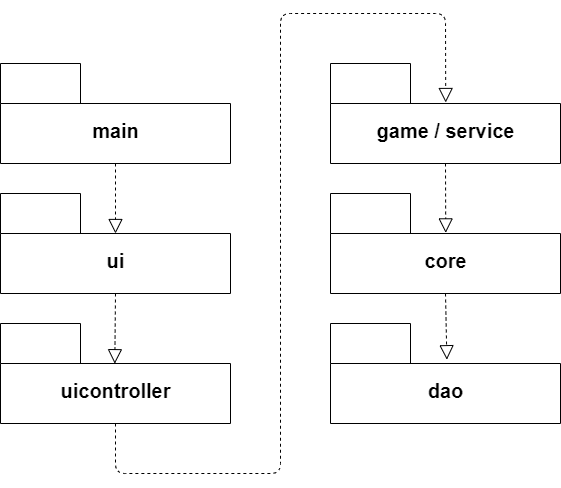
The draw.io diagram Images/pakkauskaavio.png in tsa-dom/ot-harjoitustyo, before a commit. Source tidied: cells renumbered, new cells last; positions are measured from the earlier drawing's top-left corner, leaving out a move shared by most shapes.
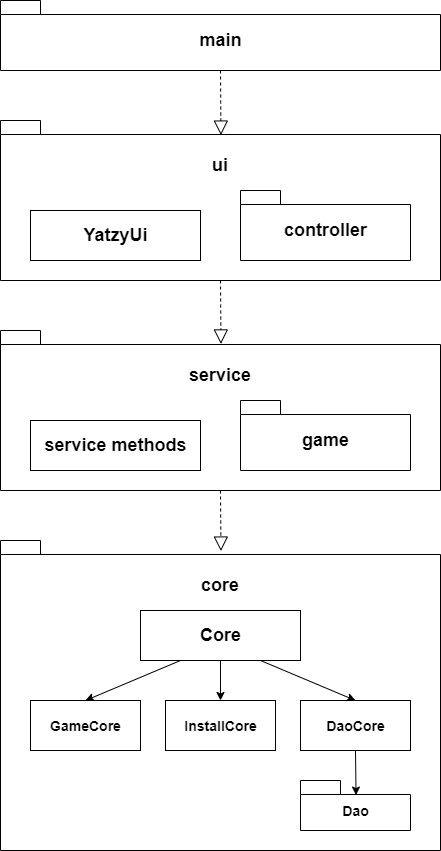
The same diagram one commit later.

Diff of the diagram source:
```diff
@@ -2,45 +2,74 @@
   <root>
     <mxCell id="0" />
     <mxCell id="1" parent="0" />
-    <mxCell id="2" value="&lt;font style=&quot;font-size: 20px&quot;&gt;&lt;br&gt;main&lt;/font&gt;" style="shape=folder;fontStyle=1;spacingTop=10;tabWidth=80;tabHeight=40;tabPosition=left;html=1;align=center;" parent="1" vertex="1">
-      <mxGeometry y="50" width="230" height="100" as="geometry" />
+    <mxCell id="2" value="&lt;font style=&quot;font-size: 18px&quot;&gt;main&lt;/font&gt;" style="shape=folder;fontStyle=1;spacingTop=10;tabWidth=40;tabHeight=14;tabPosition=left;html=1;" parent="1" vertex="1">
+      <mxGeometry x="-10" y="10" width="440" height="70" as="geometry" />
     </mxCell>
+    <mxCell id="13" style="shape=folder;fontStyle=1;spacingTop=10;tabWidth=40;tabHeight=14;tabPosition=left;html=1;" parent="1" vertex="1">
+      <mxGeometry x="-10" y="130" width="440" height="160" as="geometry" />
+    </mxCell>
+    <mxCell id="14" value="&lt;font style=&quot;font-size: 18px&quot;&gt;controller&lt;/font&gt;" style="shape=folder;fontStyle=1;spacingTop=10;tabWidth=40;tabHeight=14;tabPosition=left;html=1;" parent="1" vertex="1">
+      <mxGeometry x="230" y="200" width="170" height="70" as="geometry" />
+    </mxCell>
+    <mxCell id="15" value="&lt;font style=&quot;font-size: 18px&quot;&gt;&lt;b&gt;YatzyUi&lt;/b&gt;&lt;/font&gt;" style="html=1;" parent="1" vertex="1">
+      <mxGeometry x="20" y="220" width="170" height="50" as="geometry" />
+    </mxCell>
+    <mxCell id="16" style="shape=folder;fontStyle=1;spacingTop=10;tabWidth=40;tabHeight=14;tabPosition=left;html=1;" parent="1" vertex="1">
+      <mxGeometry x="-10" y="550" width="440" height="310" as="geometry" />
+    </mxCell>
+    <mxCell id="17" value="&lt;font style=&quot;font-size: 18px&quot;&gt;&lt;b&gt;Core&lt;/b&gt;&lt;/font&gt;" style="html=1;" parent="1" vertex="1">
+      <mxGeometry x="130" y="620" width="160" height="50" as="geometry" />
+    </mxCell>
+    <mxCell id="18" value="&lt;font style=&quot;font-size: 14px&quot;&gt;&lt;b&gt;GameCore&lt;/b&gt;&lt;/font&gt;" style="html=1;" parent="1" vertex="1">
+      <mxGeometry x="20" y="710" width="110" height="50" as="geometry" />
+    </mxCell>
+    <mxCell id="19" value="&lt;font style=&quot;font-size: 14px&quot;&gt;&lt;b&gt;InstallCore&lt;/b&gt;&lt;/font&gt;" style="html=1;" parent="1" vertex="1">
+      <mxGeometry x="155" y="710" width="110" height="50" as="geometry" />
+    </mxCell>
+    <mxCell id="20" value="&lt;font style=&quot;font-size: 14px&quot;&gt;&lt;b&gt;DaoCore&lt;/b&gt;&lt;/font&gt;" style="html=1;" parent="1" vertex="1">
+      <mxGeometry x="290" y="710" width="110" height="50" as="geometry" />
+    </mxCell>
+    <mxCell id="21" value="&lt;font style=&quot;font-size: 14px&quot;&gt;Dao&lt;/font&gt;" style="shape=folder;fontStyle=1;spacingTop=10;tabWidth=40;tabHeight=14;tabPosition=left;html=1;" parent="1" vertex="1">
+      <mxGeometry x="290" y="790" width="110" height="50" as="geometry" />
+    </mxCell>
+    <mxCell id="22" style="shape=folder;fontStyle=1;spacingTop=10;tabWidth=40;tabHeight=14;tabPosition=left;html=1;" parent="1" vertex="1">
+      <mxGeometry x="-10" y="340" width="440" height="160" as="geometry" />
+    </mxCell>
+    <mxCell id="23" style="endArrow=block;dashed=1;endFill=0;endSize=12;html=1;exitX=0.5;exitY=1;exitDx=0;exitDy=0;exitPerimeter=0;entryX=0.501;entryY=0.091;entryDx=0;entryDy=0;entryPerimeter=0;" parent="1" edge="1" source="2" target="13">
+      <mxGeometry relative="1" as="geometry" />
+    </mxCell>
-    <mxCell id="3" value="&lt;font style=&quot;font-size: 20px&quot;&gt;&lt;br&gt;ui&lt;/font&gt;" style="shape=folder;fontStyle=1;spacingTop=10;tabWidth=80;tabHeight=40;tabPosition=left;html=1;align=center;" parent="1" vertex="1">
-      <mxGeometry y="180" width="230" height="100" as="geometry" />
+    <mxCell id="3" value="ui" style="text;align=center;fontStyle=1;verticalAlign=middle;spacingLeft=3;spacingRight=3;strokeColor=none;points=[[0,0.5],[1,0.5]];portConstraint=eastwest;fontSize=18;" parent="1" vertex="1">
+      <mxGeometry x="170" y="160" width="80" height="26" as="geometry" />
     </mxCell>
-    <mxCell id="4" value="&lt;font style=&quot;font-size: 20px&quot;&gt;&lt;br&gt;uicontroller&lt;br&gt;&lt;/font&gt;" style="shape=folder;fontStyle=1;spacingTop=10;tabWidth=80;tabHeight=40;tabPosition=left;html=1;align=center;" parent="1" vertex="1">
-      <mxGeometry y="310" width="230" height="100" as="geometry" />
-    </mxCell>
-    <mxCell id="5" value="&lt;font style=&quot;font-size: 20px&quot;&gt;&lt;br&gt;game / service&lt;br&gt;&lt;/font&gt;" style="shape=folder;fontStyle=1;spacingTop=10;tabWidth=80;tabHeight=40;tabPosition=left;html=1;align=center;" parent="1" vertex="1">
-      <mxGeometry x="330" y="50" width="230" height="100" as="geometry" />
-    </mxCell>
+    <mxCell id="24" value="&lt;font style=&quot;font-size: 18px&quot;&gt;game&lt;/font&gt;" style="shape=folder;fontStyle=1;spacingTop=10;tabWidth=40;tabHeight=14;tabPosition=left;html=1;" parent="1" vertex="1">
+      <mxGeometry x="230" y="410" width="170" height="70" as="geometry" />
+    </mxCell>
+    <mxCell id="25" value="service" style="text;align=center;fontStyle=1;verticalAlign=middle;spacingLeft=3;spacingRight=3;strokeColor=none;fontSize=18;" parent="1" vertex="1">
+      <mxGeometry x="170" y="370" width="80" height="26" as="geometry" />
+    </mxCell>
+    <mxCell id="26" value="&lt;font style=&quot;font-size: 18px&quot;&gt;&lt;b&gt;service methods&lt;br&gt;&lt;/b&gt;&lt;/font&gt;" style="html=1;" parent="1" vertex="1">
+      <mxGeometry x="20" y="430" width="170" height="50" as="geometry" />
+    </mxCell>
-    <mxCell id="6" value="&lt;font style=&quot;font-size: 20px&quot;&gt;&lt;br&gt;core&lt;br&gt;&lt;/font&gt;" style="shape=folder;fontStyle=1;spacingTop=10;tabWidth=80;tabHeight=40;tabPosition=left;html=1;align=center;" parent="1" vertex="1">
-      <mxGeometry x="330" y="180" width="230" height="100" as="geometry" />
+    <mxCell id="6" value="core" style="text;align=center;fontStyle=1;verticalAlign=middle;spacingLeft=3;spacingRight=3;strokeColor=none;points=[[0,0.5],[1,0.5]];portConstraint=eastwest;fontSize=18;" parent="1" vertex="1">
+      <mxGeometry x="170" y="580" width="80" height="26" as="geometry" />
     </mxCell>
-    <mxCell id="7" value="&lt;font style=&quot;font-size: 20px&quot;&gt;&lt;br&gt;dao&lt;br&gt;&lt;/font&gt;" style="shape=folder;fontStyle=1;spacingTop=10;tabWidth=80;tabHeight=40;tabPosition=left;html=1;align=center;" parent="1" vertex="1">
-      <mxGeometry x="330" y="310" width="230" height="100" as="geometry" />
-    </mxCell>
-    <mxCell id="8" style="endArrow=block;dashed=1;endFill=0;endSize=12;html=1;exitX=0.5;exitY=1;exitDx=0;exitDy=0;exitPerimeter=0;entryX=0.5;entryY=0.4;entryDx=0;entryDy=0;entryPerimeter=0;" parent="1" edge="1" source="2" target="3">
-      <mxGeometry relative="1" as="geometry" />
-    </mxCell>
-    <mxCell id="9" style="endArrow=block;dashed=1;endFill=0;endSize=12;html=1;exitX=0.5;exitY=1;exitDx=0;exitDy=0;exitPerimeter=0;entryX=0.497;entryY=0.402;entryDx=0;entryDy=0;entryPerimeter=0;" parent="1" edge="1" source="3" target="4">
-      <mxGeometry relative="1" as="geometry" />
-    </mxCell>
-    <mxCell id="10" style="endArrow=block;dashed=1;endFill=0;endSize=12;html=1;exitX=0.5;exitY=1;exitDx=0;exitDy=0;exitPerimeter=0;entryX=0.501;entryY=0.39;entryDx=0;entryDy=0;entryPerimeter=0;" parent="1" edge="1" source="4" target="5">
-      <mxGeometry relative="1" as="geometry">
-        <Array as="points">
-          <mxPoint x="115" y="460" />
-          <mxPoint x="280" y="460" />
-          <mxPoint x="280" />
-          <mxPoint x="445" />
-        </Array>
-      </mxGeometry>
-    </mxCell>
-    <mxCell id="11" style="endArrow=block;dashed=1;endFill=0;endSize=12;html=1;exitX=0.5;exitY=1;exitDx=0;exitDy=0;exitPerimeter=0;entryX=0.501;entryY=0.394;entryDx=0;entryDy=0;entryPerimeter=0;" parent="1" edge="1" source="5" target="6">
-      <mxGeometry relative="1" as="geometry" />
-    </mxCell>
-    <mxCell id="12" style="endArrow=block;dashed=1;endFill=0;endSize=12;html=1;exitX=0.5;exitY=1;exitDx=0;exitDy=0;exitPerimeter=0;entryX=0.506;entryY=0.362;entryDx=0;entryDy=0;entryPerimeter=0;" parent="1" edge="1" source="6" target="7">
-      <mxGeometry relative="1" as="geometry" />
-    </mxCell>
+    <mxCell id="27" style="endArrow=block;dashed=1;endFill=0;endSize=12;html=1;exitX=0.5;exitY=1;exitDx=0;exitDy=0;exitPerimeter=0;entryX=0.501;entryY=0.084;entryDx=0;entryDy=0;entryPerimeter=0;" parent="1" edge="1" source="13" target="22">
+      <mxGeometry relative="1" as="geometry" />
+    </mxCell>
+    <mxCell id="28" style="endArrow=block;dashed=1;endFill=0;endSize=12;html=1;exitX=0.5;exitY=1;exitDx=0;exitDy=0;exitPerimeter=0;entryX=0.501;entryY=0.034;entryDx=0;entryDy=0;entryPerimeter=0;" parent="1" edge="1" source="22" target="16">
+      <mxGeometry relative="1" as="geometry" />
+    </mxCell>
+    <mxCell id="29" style="endArrow=classic;html=1;fontSize=18;entryX=0.5;entryY=0;entryDx=0;entryDy=0;exitX=0.25;exitY=1;exitDx=0;exitDy=0;" parent="1" edge="1" source="17" target="18">
+      <mxGeometry relative="1" as="geometry" />
+    </mxCell>
+    <mxCell id="30" style="endArrow=classic;html=1;fontSize=18;entryX=0.5;entryY=0;entryDx=0;entryDy=0;exitX=0.5;exitY=1;exitDx=0;exitDy=0;" parent="1" edge="1" source="17" target="19">
+      <mxGeometry relative="1" as="geometry" />
+    </mxCell>
+    <mxCell id="31" style="endArrow=classic;html=1;fontSize=18;entryX=0.5;entryY=0;entryDx=0;entryDy=0;exitX=0.75;exitY=1;exitDx=0;exitDy=0;" parent="1" edge="1" source="17" target="20">
+      <mxGeometry relative="1" as="geometry" />
+    </mxCell>
+    <mxCell id="32" style="endArrow=classic;html=1;fontSize=18;exitX=0.5;exitY=1;exitDx=0;exitDy=0;entryX=0.505;entryY=0.292;entryDx=0;entryDy=0;entryPerimeter=0;" parent="1" edge="1" source="20" target="21">
+      <mxGeometry relative="1" as="geometry" />
+    </mxCell>
   </root>
 </mxGraphModel>
```
